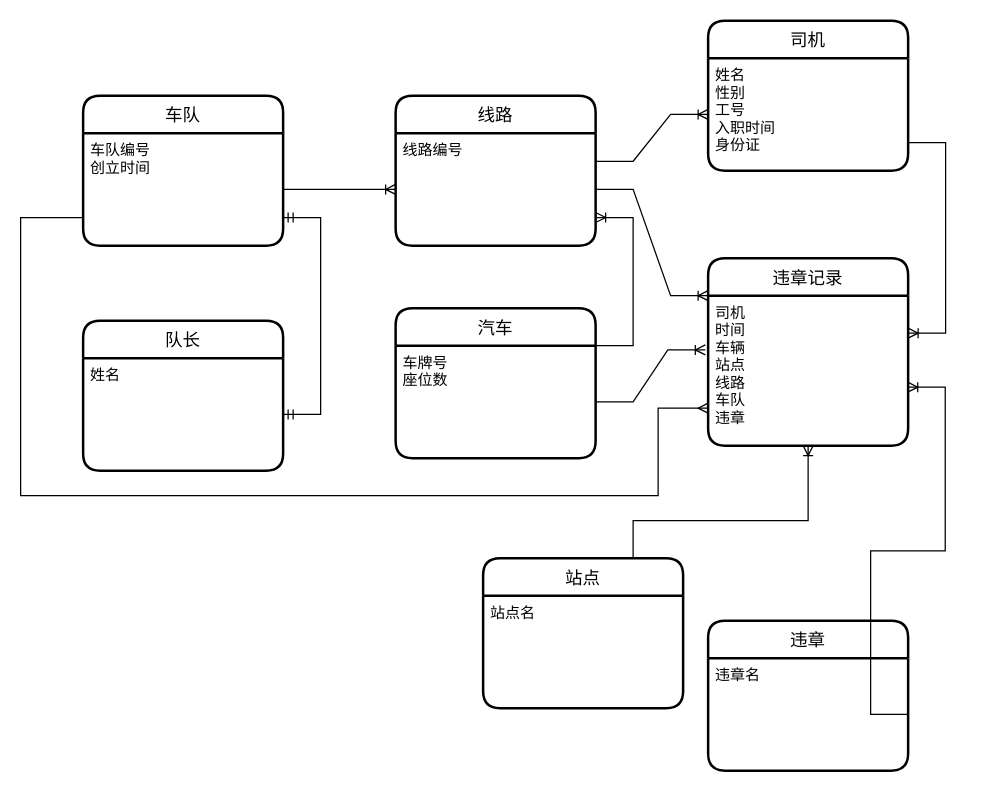
The draw.io diagram ER/DB_Task.drawio in yyq2215986391/DB_Task, before the edit. Source tidied: cells renumbered, new cells numbered last; positions are measured from the earlier drawing's top-left corner, leaving out a move shared by most shapes. Both pictures are drawn from the tidied source at 125%, with x=0, y=0 at pixel (20, 20).
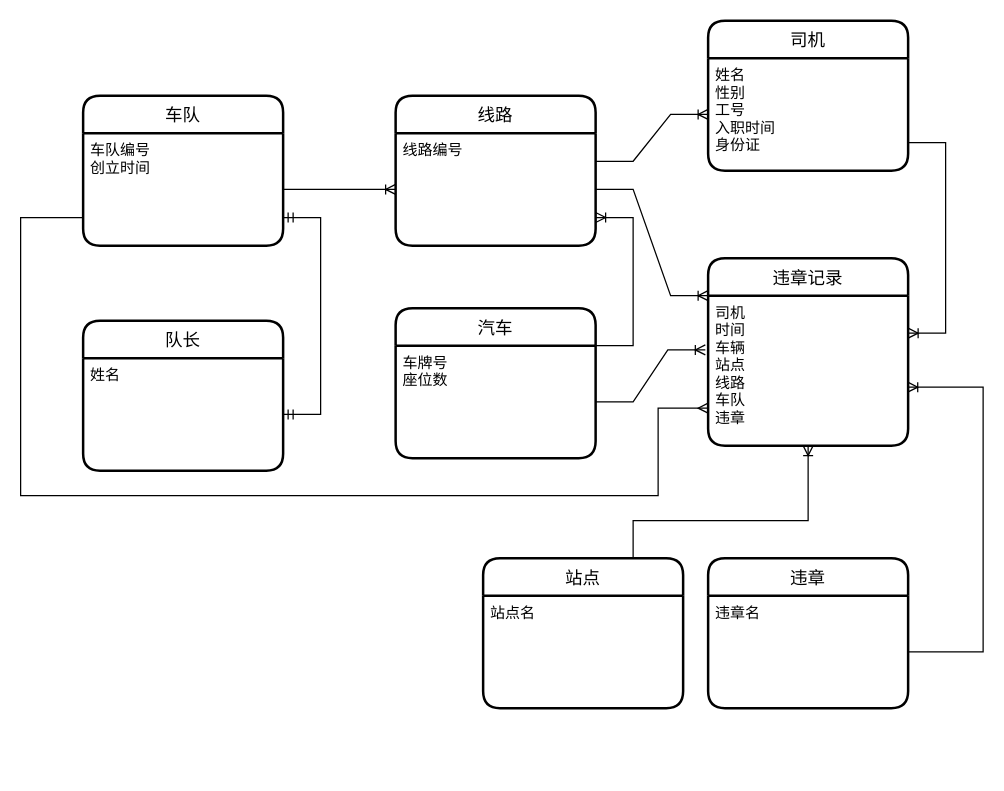
After the change.

The change refers to these unchanged cells:
```xml
<mxCell id="9" value="违章名" style="align=left;strokeColor=none;fillColor=none;spacingLeft=4;fontSize=12;verticalAlign=top;" parent="8" vertex="1">
  <mxGeometry y="30" width="160" height="90" as="geometry" />
</mxCell>
<mxCell id="21" value="司机&#10;时间&#10;车辆&#10;站点&#10;线路&#10;车队&#10;违章" style="align=left;strokeColor=none;fillColor=none;spacingLeft=4;fontSize=12;verticalAlign=top;" parent="20" vertex="1">
  <mxGeometry y="30" width="160" height="120" as="geometry" />
</mxCell>
```

Diff of the diagram source:
```diff
@@
     <mxCell id="8" value="违章" style="swimlane;horizontal=1;startSize=30;rounded=1;fontSize=14;fontStyle=0;strokeWidth=2;shadow=0;dashed=0;align=center;" parent="1" vertex="1">
-      <mxGeometry x="550" y="480" width="160" height="120" as="geometry" />
+      <mxGeometry x="550" y="430" width="160" height="120" as="geometry" />
     </mxCell>
@@
-    <mxCell id="23" style="edgeStyle=entityRelationEdgeStyle;fontSize=12;html=1;endArrow=ERoneToMany;rounded=0;entryX=0.998;entryY=0.61;entryDx=0;entryDy=0;entryPerimeter=0;exitX=1;exitY=0.5;exitDx=0;exitDy=0;" parent="1" edge="1" source="9" target="21">
-      <mxGeometry relative="1" as="geometry" />
+    <mxCell id="23" style="edgeStyle=orthogonalEdgeStyle;fontSize=12;html=1;endArrow=ERoneToMany;rounded=0;entryX=0.998;entryY=0.61;entryDx=0;entryDy=0;entryPerimeter=0;exitX=1;exitY=0.5;exitDx=0;exitDy=0;" parent="1" edge="1" source="9" target="21">
+      <mxGeometry relative="1" as="geometry">
+        <Array as="points">
+          <mxPoint x="770" y="505" />
+          <mxPoint x="770" y="293" />
+        </Array>
+      </mxGeometry>
     </mxCell>
```
